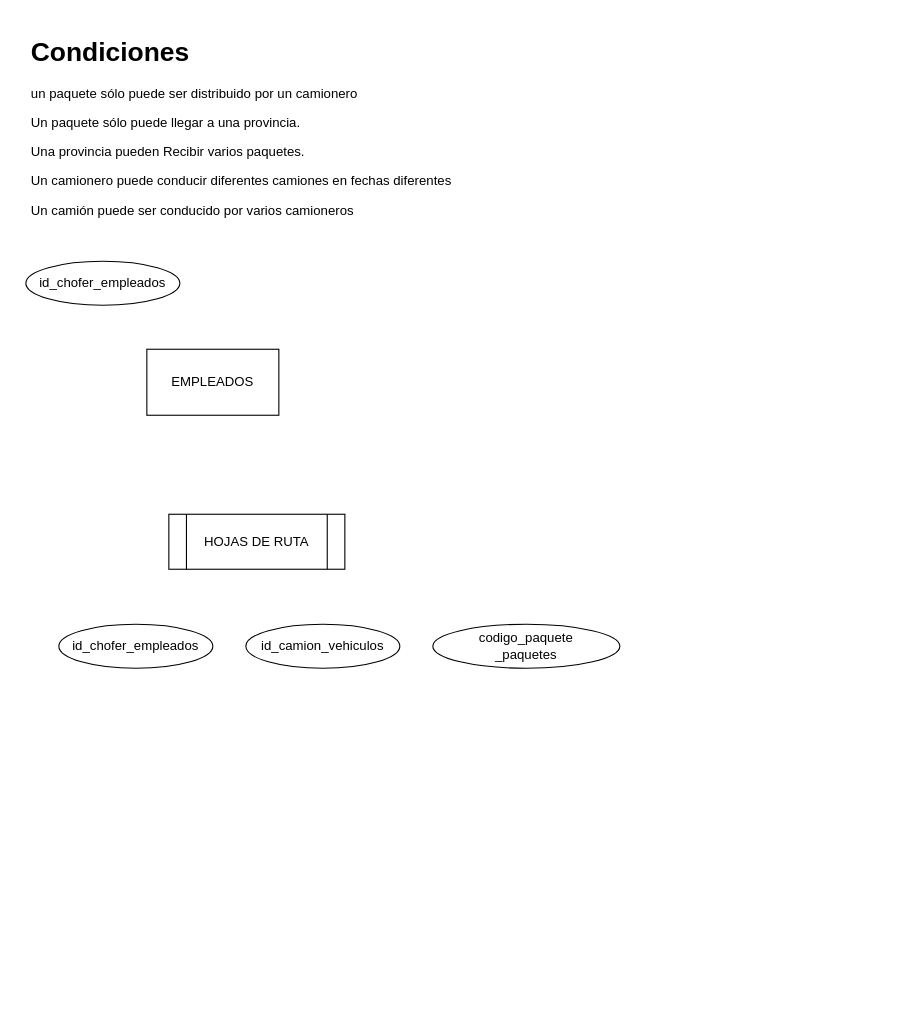
Before: DBs Diagrama2.drawio in MaxiFranz/TrayectoP, a draw.io diagram. Source tidied: cells renumbered, new cells numbered last; positions are measured from the earlier drawing's top-left corner, leaving out a move shared by most shapes. Both pictures are drawn from the tidied source at 110%, with x=0, y=0 at pixel (25, 30).
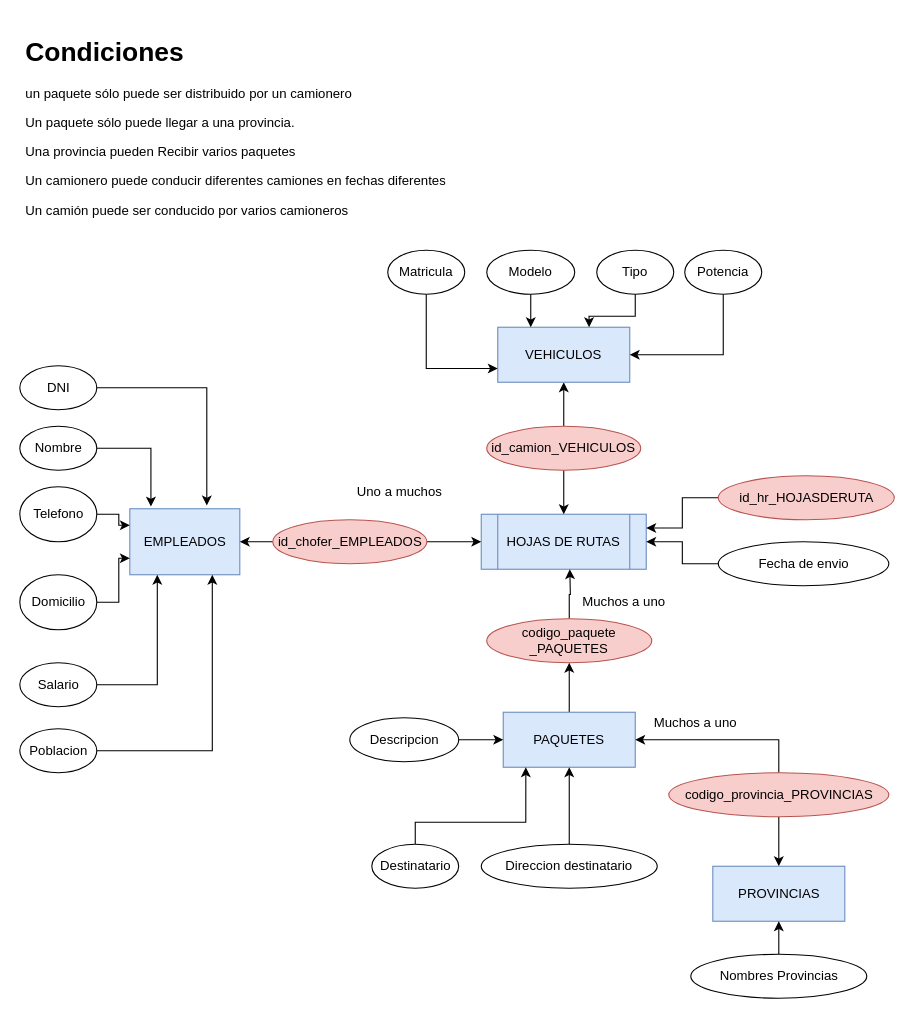
Above is the later version.

Diff of the diagram source:
```diff
@@
-    <mxCell id="2" value="EMPLEADOS" style="rounded=0;whiteSpace=wrap;html=1;" parent="1" vertex="1">
-      <mxGeometry x="110" y="290" width="120" height="60" as="geometry" />
+    <mxCell id="2" value="EMPLEADOS" style="rounded=0;whiteSpace=wrap;html=1;fillColor=#dae8fc;strokeColor=#6c8ebf;" parent="1" vertex="1">
+      <mxGeometry x="94.5" y="435" width="100" height="60" as="geometry" />
     </mxCell>
-    <mxCell id="3" value="&lt;h1&gt;Condiciones&lt;/h1&gt;&lt;p&gt;un paquete sólo puede ser distribuido por un camionero&lt;/p&gt;&lt;p&gt;Un paquete sólo puede llegar a una provincia.&amp;nbsp;&lt;/p&gt;&lt;p&gt;Una provincia pueden Recibir varios paquetes.&lt;/p&gt;&lt;p&gt;Un camionero puede conducir diferentes camiones en fechas diferentes&lt;/p&gt;&lt;p&gt;Un camión puede ser conducido por varios camioneros&lt;/p&gt;" style="text;html=1;strokeColor=none;fillColor=none;spacing=5;spacingTop=-20;whiteSpace=wrap;overflow=hidden;rounded=0;" parent="1" vertex="1">
-      <mxGeometry width="480" height="180" as="geometry" />
+    <mxCell id="3" value="&lt;h1&gt;Condiciones&lt;/h1&gt;&lt;p&gt;un paquete sólo puede ser distribuido por un camionero&lt;/p&gt;&lt;p&gt;Un paquete sólo puede llegar a una provincia.&amp;nbsp;&lt;/p&gt;&lt;p&gt;Una provincia pueden Recibir varios paquetes&amp;nbsp;&lt;/p&gt;&lt;p&gt;Un camionero puede conducir diferentes camiones en fechas diferentes&lt;/p&gt;&lt;p&gt;Un camión puede ser conducido por varios camioneros&lt;/p&gt;" style="text;html=1;strokeColor=none;fillColor=none;spacing=5;spacingTop=-20;whiteSpace=wrap;overflow=hidden;rounded=0;" parent="1" vertex="1">
+      <mxGeometry x="-5.5" width="400" height="180" as="geometry" />
     </mxCell>
-    <mxCell id="4" value="id_chofer_empleados" style="ellipse;whiteSpace=wrap;html=1;" parent="1" vertex="1">
-      <mxGeometry y="210" width="140" height="40" as="geometry" />
-    </mxCell>
-    <mxCell id="5" value="HOJAS DE RUTA" style="shape=process;whiteSpace=wrap;html=1;backgroundOutline=1;" parent="1" vertex="1">
-      <mxGeometry x="130" y="440" width="160" height="50" as="geometry" />
+    <mxCell id="5" value="HOJAS DE RUTAS" style="shape=process;whiteSpace=wrap;html=1;backgroundOutline=1;fillColor=#dae8fc;strokeColor=#6c8ebf;" parent="1" vertex="1">
+      <mxGeometry x="414" y="440" width="150" height="50" as="geometry" />
     </mxCell>
+    <mxCell id="9" style="edgeStyle=orthogonalEdgeStyle;rounded=0;jettySize=auto;html=1;entryX=1;entryY=0.5;entryDx=0;entryDy=0;" parent="1" edge="1" source="6" target="2">
+      <mxGeometry relative="1" as="geometry" />
+    </mxCell>
+    <mxCell id="10" style="edgeStyle=orthogonalEdgeStyle;rounded=0;jettySize=auto;html=1;entryX=0;entryY=0.5;entryDx=0;entryDy=0;" parent="1" edge="1" source="6" target="5">
+      <mxGeometry relative="1" as="geometry" />
+    </mxCell>
-    <mxCell id="6" value="id_chofer_empleados" style="ellipse;whiteSpace=wrap;html=1;" parent="1" vertex="1">
-      <mxGeometry x="30" y="540" width="140" height="40" as="geometry" />
+    <mxCell id="6" value="id_chofer_EMPLEADOS" style="ellipse;whiteSpace=wrap;html=1;fillColor=#f8cecc;strokeColor=#b85450;" parent="1" vertex="1">
+      <mxGeometry x="224.5" y="445" width="140" height="40" as="geometry" />
     </mxCell>
+    <mxCell id="11" style="edgeStyle=orthogonalEdgeStyle;rounded=0;jettySize=auto;html=1;entryX=0.5;entryY=1;entryDx=0;entryDy=0;" parent="1" edge="1" source="7" target="40">
+      <mxGeometry relative="1" as="geometry" />
+    </mxCell>
+    <mxCell id="12" style="edgeStyle=orthogonalEdgeStyle;rounded=0;jettySize=auto;html=1;" parent="1" edge="1" source="7" target="5">
+      <mxGeometry relative="1" as="geometry" />
+    </mxCell>
-    <mxCell id="7" value="id_camion_vehiculos" style="ellipse;whiteSpace=wrap;html=1;" parent="1" vertex="1">
-      <mxGeometry x="200" y="540" width="140" height="40" as="geometry" />
+    <mxCell id="7" value="id_camion_VEHICULOS" style="ellipse;whiteSpace=wrap;html=1;fillColor=#f8cecc;strokeColor=#b85450;" parent="1" vertex="1">
+      <mxGeometry x="419" y="360" width="140" height="40" as="geometry" />
     </mxCell>
+    <mxCell id="13" style="edgeStyle=orthogonalEdgeStyle;rounded=0;jettySize=auto;html=1;" parent="1" edge="1" source="8">
+      <mxGeometry relative="1" as="geometry">
+        <mxPoint x="494.5" y="490" as="targetPoint" />
+      </mxGeometry>
+    </mxCell>
-    <mxCell id="8" value="codigo_paquete&lt;br&gt;_paquetes" style="ellipse;whiteSpace=wrap;html=1;" parent="1" vertex="1">
-      <mxGeometry x="370" y="540" width="170" height="40" as="geometry" />
+    <mxCell id="8" value="codigo_paquete&lt;br&gt;_PAQUETES" style="ellipse;whiteSpace=wrap;html=1;fillColor=#f8cecc;strokeColor=#b85450;" parent="1" vertex="1">
+      <mxGeometry x="419" y="535" width="150" height="40" as="geometry" />
     </mxCell>
+    <mxCell id="14" style="edgeStyle=orthogonalEdgeStyle;rounded=0;jettySize=auto;html=1;entryX=0.5;entryY=1;entryDx=0;entryDy=0;" parent="1" edge="1" source="15" target="8">
+      <mxGeometry relative="1" as="geometry" />
+    </mxCell>
+    <mxCell id="15" value="PAQUETES" style="rounded=0;whiteSpace=wrap;html=1;fillColor=#dae8fc;strokeColor=#6c8ebf;" parent="1" vertex="1">
+      <mxGeometry x="434" y="620" width="120" height="50" as="geometry" />
+    </mxCell>
+    <mxCell id="16" style="edgeStyle=orthogonalEdgeStyle;rounded=0;jettySize=auto;html=1;entryX=0.75;entryY=1;entryDx=0;entryDy=0;" parent="1" edge="1" source="17" target="2">
+      <mxGeometry relative="1" as="geometry" />
+    </mxCell>
+    <mxCell id="17" value="Poblacion&lt;br&gt;" style="ellipse;whiteSpace=wrap;html=1;" parent="1" vertex="1">
+      <mxGeometry x="-5.5" y="635" width="70" height="40" as="geometry" />
+    </mxCell>
+    <mxCell id="18" value="Salario" style="ellipse;whiteSpace=wrap;html=1;" parent="1" vertex="1">
+      <mxGeometry x="-5.5" y="575" width="70" height="40" as="geometry" />
+    </mxCell>
+    <mxCell id="19" style="edgeStyle=orthogonalEdgeStyle;rounded=0;jettySize=auto;html=1;entryX=0;entryY=0.75;entryDx=0;entryDy=0;" parent="1" edge="1" source="20" target="2">
+      <mxGeometry relative="1" as="geometry" />
+    </mxCell>
+    <mxCell id="20" value="Domicilio" style="ellipse;whiteSpace=wrap;html=1;" parent="1" vertex="1">
+      <mxGeometry x="-5.5" y="495" width="70" height="50" as="geometry" />
+    </mxCell>
+    <mxCell id="21" style="edgeStyle=orthogonalEdgeStyle;rounded=0;jettySize=auto;html=1;entryX=0;entryY=0.25;entryDx=0;entryDy=0;" parent="1" edge="1" source="22" target="2">
+      <mxGeometry relative="1" as="geometry" />
+    </mxCell>
+    <mxCell id="22" value="Telefono" style="ellipse;whiteSpace=wrap;html=1;" parent="1" vertex="1">
+      <mxGeometry x="-5.5" y="415" width="70" height="50" as="geometry" />
+    </mxCell>
+    <mxCell id="23" value="Nombre" style="ellipse;whiteSpace=wrap;html=1;" parent="1" vertex="1">
+      <mxGeometry x="-5.5" y="360" width="70" height="40" as="geometry" />
+    </mxCell>
+    <mxCell id="24" value="DNI" style="ellipse;whiteSpace=wrap;html=1;" parent="1" vertex="1">
+      <mxGeometry x="-5.5" y="305" width="70" height="40" as="geometry" />
+    </mxCell>
+    <mxCell id="25" style="edgeStyle=orthogonalEdgeStyle;rounded=0;jettySize=auto;html=1;entryX=0.7;entryY=-0.05;entryDx=0;entryDy=0;entryPerimeter=0;" parent="1" edge="1" source="24" target="2">
+      <mxGeometry relative="1" as="geometry" />
+    </mxCell>
+    <mxCell id="26" style="edgeStyle=orthogonalEdgeStyle;rounded=0;jettySize=auto;html=1;entryX=0.192;entryY=-0.033;entryDx=0;entryDy=0;entryPerimeter=0;" parent="1" edge="1" source="23" target="2">
+      <mxGeometry relative="1" as="geometry" />
+    </mxCell>
+    <mxCell id="27" style="edgeStyle=orthogonalEdgeStyle;rounded=0;jettySize=auto;html=1;entryX=0.25;entryY=1;entryDx=0;entryDy=0;" parent="1" edge="1" source="18" target="2">
+      <mxGeometry relative="1" as="geometry" />
+    </mxCell>
+    <mxCell id="28" style="edgeStyle=orthogonalEdgeStyle;rounded=0;jettySize=auto;html=1;entryX=0;entryY=0.5;entryDx=0;entryDy=0;" parent="1" edge="1" source="29" target="15">
+      <mxGeometry relative="1" as="geometry" />
+    </mxCell>
+    <mxCell id="29" value="Descripcion" style="ellipse;whiteSpace=wrap;html=1;" parent="1" vertex="1">
+      <mxGeometry x="294.5" y="625" width="99" height="40" as="geometry" />
+    </mxCell>
+    <mxCell id="30" style="edgeStyle=orthogonalEdgeStyle;rounded=0;jettySize=auto;html=1;exitX=0.5;exitY=0;exitDx=0;exitDy=0;entryX=0.171;entryY=1;entryDx=0;entryDy=0;entryPerimeter=0;" parent="1" edge="1" source="31" target="15">
+      <mxGeometry relative="1" as="geometry">
+        <Array as="points">
+          <mxPoint x="353.5" y="720" />
+          <mxPoint x="454.5" y="720" />
+        </Array>
+      </mxGeometry>
+    </mxCell>
+    <mxCell id="31" value="Destinatario" style="ellipse;whiteSpace=wrap;html=1;" parent="1" vertex="1">
+      <mxGeometry x="314.5" y="740" width="79" height="40" as="geometry" />
+    </mxCell>
+    <mxCell id="32" style="edgeStyle=orthogonalEdgeStyle;rounded=0;jettySize=auto;html=1;entryX=0.5;entryY=1;entryDx=0;entryDy=0;" parent="1" edge="1" source="33" target="15">
+      <mxGeometry relative="1" as="geometry" />
+    </mxCell>
+    <mxCell id="33" value="Direccion destinatario" style="ellipse;whiteSpace=wrap;html=1;" parent="1" vertex="1">
+      <mxGeometry x="414" y="740" width="160" height="40" as="geometry" />
+    </mxCell>
+    <mxCell id="34" style="edgeStyle=orthogonalEdgeStyle;rounded=0;jettySize=auto;html=1;entryX=1;entryY=0.5;entryDx=0;entryDy=0;exitX=0.5;exitY=0;exitDx=0;exitDy=0;" parent="1" edge="1" source="36" target="15">
+      <mxGeometry relative="1" as="geometry" />
+    </mxCell>
+    <mxCell id="35" style="edgeStyle=orthogonalEdgeStyle;rounded=0;jettySize=auto;html=1;entryX=0.5;entryY=0;entryDx=0;entryDy=0;" parent="1" edge="1" source="36" target="37">
+      <mxGeometry relative="1" as="geometry" />
+    </mxCell>
+    <mxCell id="36" value="codigo_provincia_PROVINCIAS" style="ellipse;whiteSpace=wrap;html=1;fillColor=#f8cecc;strokeColor=#b85450;" parent="1" vertex="1">
+      <mxGeometry x="584.5" y="675" width="200" height="40" as="geometry" />
+    </mxCell>
+    <mxCell id="37" value="PROVINCIAS" style="rounded=0;whiteSpace=wrap;html=1;fillColor=#dae8fc;strokeColor=#6c8ebf;" parent="1" vertex="1">
+      <mxGeometry x="624.5" y="760" width="120" height="50" as="geometry" />
+    </mxCell>
+    <mxCell id="38" style="edgeStyle=orthogonalEdgeStyle;rounded=0;jettySize=auto;html=1;entryX=0.5;entryY=1;entryDx=0;entryDy=0;" parent="1" edge="1" source="39" target="37">
+      <mxGeometry relative="1" as="geometry" />
+    </mxCell>
+    <mxCell id="39" value="Nombres Provincias" style="ellipse;whiteSpace=wrap;html=1;" parent="1" vertex="1">
+      <mxGeometry x="604.5" y="840" width="160" height="40" as="geometry" />
+    </mxCell>
+    <mxCell id="40" value="VEHICULOS" style="rounded=0;whiteSpace=wrap;html=1;fillColor=#dae8fc;strokeColor=#6c8ebf;" parent="1" vertex="1">
+      <mxGeometry x="429" y="270" width="120" height="50" as="geometry" />
+    </mxCell>
+    <mxCell id="41" style="edgeStyle=orthogonalEdgeStyle;rounded=0;jettySize=auto;html=1;entryX=0;entryY=0.75;entryDx=0;entryDy=0;exitX=0.5;exitY=1;exitDx=0;exitDy=0;" parent="1" edge="1" source="42" target="40">
+      <mxGeometry relative="1" as="geometry" />
+    </mxCell>
+    <mxCell id="42" value="Matricula" style="ellipse;whiteSpace=wrap;html=1;" parent="1" vertex="1">
+      <mxGeometry x="329" y="200" width="70" height="40" as="geometry" />
+    </mxCell>
+    <mxCell id="43" style="edgeStyle=orthogonalEdgeStyle;rounded=0;jettySize=auto;html=1;entryX=0.25;entryY=0;entryDx=0;entryDy=0;" parent="1" edge="1" source="44" target="40">
+      <mxGeometry relative="1" as="geometry" />
+    </mxCell>
+    <mxCell id="44" value="Modelo" style="ellipse;whiteSpace=wrap;html=1;" parent="1" vertex="1">
+      <mxGeometry x="419" y="200" width="80" height="40" as="geometry" />
+    </mxCell>
+    <mxCell id="45" value="Tipo" style="ellipse;whiteSpace=wrap;html=1;" parent="1" vertex="1">
+      <mxGeometry x="519" y="200" width="70" height="40" as="geometry" />
+    </mxCell>
+    <mxCell id="46" style="edgeStyle=orthogonalEdgeStyle;rounded=0;jettySize=auto;html=1;entryX=1;entryY=0.5;entryDx=0;entryDy=0;exitX=0.5;exitY=1;exitDx=0;exitDy=0;" parent="1" edge="1" source="47" target="40">
+      <mxGeometry relative="1" as="geometry" />
+    </mxCell>
+    <mxCell id="47" value="Potencia" style="ellipse;whiteSpace=wrap;html=1;" parent="1" vertex="1">
+      <mxGeometry x="599" y="200" width="70" height="40" as="geometry" />
+    </mxCell>
+    <mxCell id="48" style="edgeStyle=orthogonalEdgeStyle;rounded=0;jettySize=auto;html=1;entryX=0.692;entryY=0;entryDx=0;entryDy=0;entryPerimeter=0;" parent="1" edge="1" source="45" target="40">
+      <mxGeometry relative="1" as="geometry" />
+    </mxCell>
+    <mxCell id="49" style="edgeStyle=orthogonalEdgeStyle;rounded=0;jettySize=auto;html=1;entryX=1;entryY=0.5;entryDx=0;entryDy=0;" parent="1" edge="1" source="50" target="5">
+      <mxGeometry relative="1" as="geometry" />
+    </mxCell>
+    <mxCell id="50" value="Fecha de envio" style="ellipse;whiteSpace=wrap;html=1;" parent="1" vertex="1">
+      <mxGeometry x="629.5" y="465" width="155" height="40" as="geometry" />
+    </mxCell>
+    <mxCell id="51" value="Muchos a uno" style="text;html=1;strokeColor=none;fillColor=none;align=center;verticalAlign=middle;whiteSpace=wrap;rounded=0;" parent="1" vertex="1">
+      <mxGeometry x="499" y="505" width="90" height="30" as="geometry" />
+    </mxCell>
+    <mxCell id="52" style="edgeStyle=orthogonalEdgeStyle;rounded=0;jettySize=auto;html=1;entryX=1;entryY=0.25;entryDx=0;entryDy=0;" parent="1" edge="1" source="53" target="5">
+      <mxGeometry relative="1" as="geometry" />
+    </mxCell>
+    <mxCell id="53" value="id_hr_HOJASDERUTA" style="ellipse;whiteSpace=wrap;html=1;fillColor=#f8cecc;strokeColor=#b85450;" parent="1" vertex="1">
+      <mxGeometry x="629.5" y="405" width="160" height="40" as="geometry" />
+    </mxCell>
+    <mxCell id="54" value="Uno a muchos" style="text;html=1;strokeColor=none;fillColor=none;align=center;verticalAlign=middle;whiteSpace=wrap;rounded=0;" parent="1" vertex="1">
+      <mxGeometry x="294.5" y="405" width="90" height="30" as="geometry" />
+    </mxCell>
+    <mxCell id="55" value="Muchos a uno" style="text;html=1;strokeColor=none;fillColor=none;align=center;verticalAlign=middle;whiteSpace=wrap;rounded=0;" parent="1" vertex="1">
+      <mxGeometry x="564" y="615" width="90" height="30" as="geometry" />
+    </mxCell>
```
